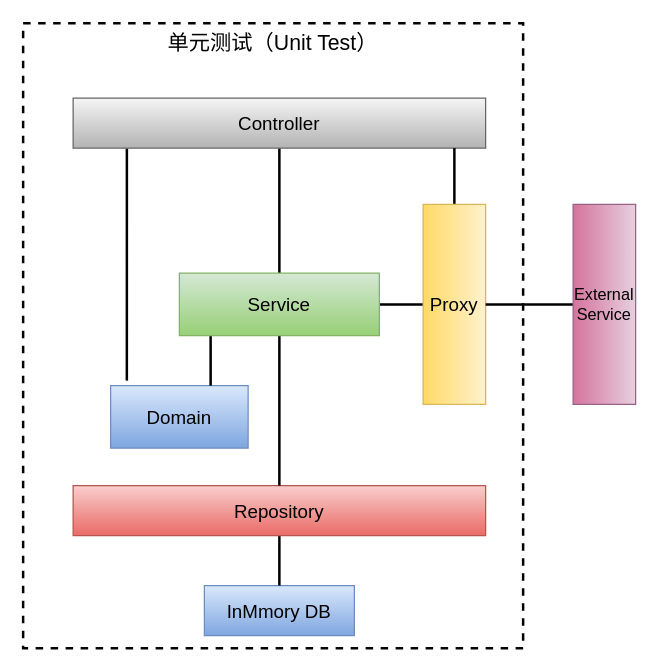
rexlin600/diagrams keeps this draw.io diagram as microservice-test-classification.drawio. Above is the earlier version. Source tidied: cells renumbered, new cells numbered last; positions are measured from the earlier drawing's top-left corner, leaving out a move shared by most shapes. Both pictures are drawn from the tidied source at 125%, with x=0, y=0 at pixel (22, 22).
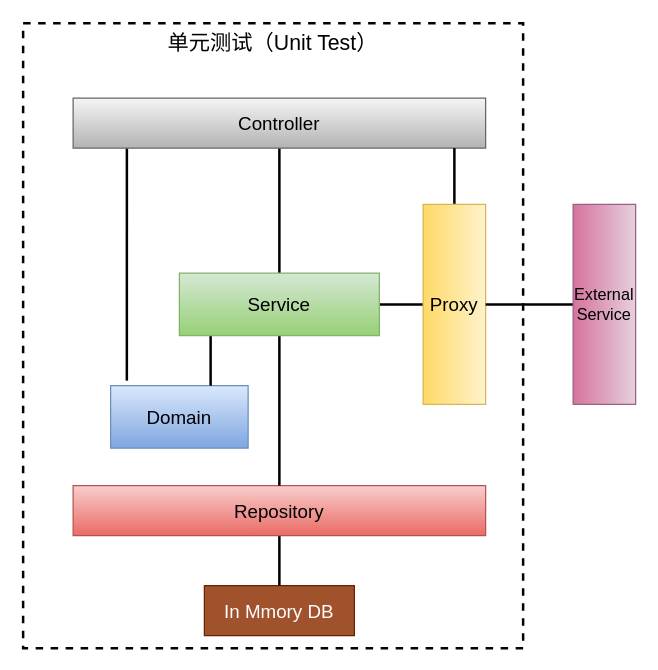
After the change.

Change to the diagram source:
```diff
@@
-    <mxCell id="6" value="InMmory DB" style="rounded=0;whiteSpace=wrap;html=1;fontSize=15;fillColor=#dae8fc;strokeColor=#6c8ebf;gradientColor=#7ea6e0;" parent="1" vertex="1">
+    <mxCell id="6" value="In Mmory DB" style="rounded=0;whiteSpace=wrap;html=1;fontSize=15;fillColor=#a0522d;strokeColor=#6D1F00;fontColor=#ffffff;" parent="1" vertex="1">
       <mxGeometry x="145" y="450" width="120" height="40" as="geometry" />
     </mxCell>
```
